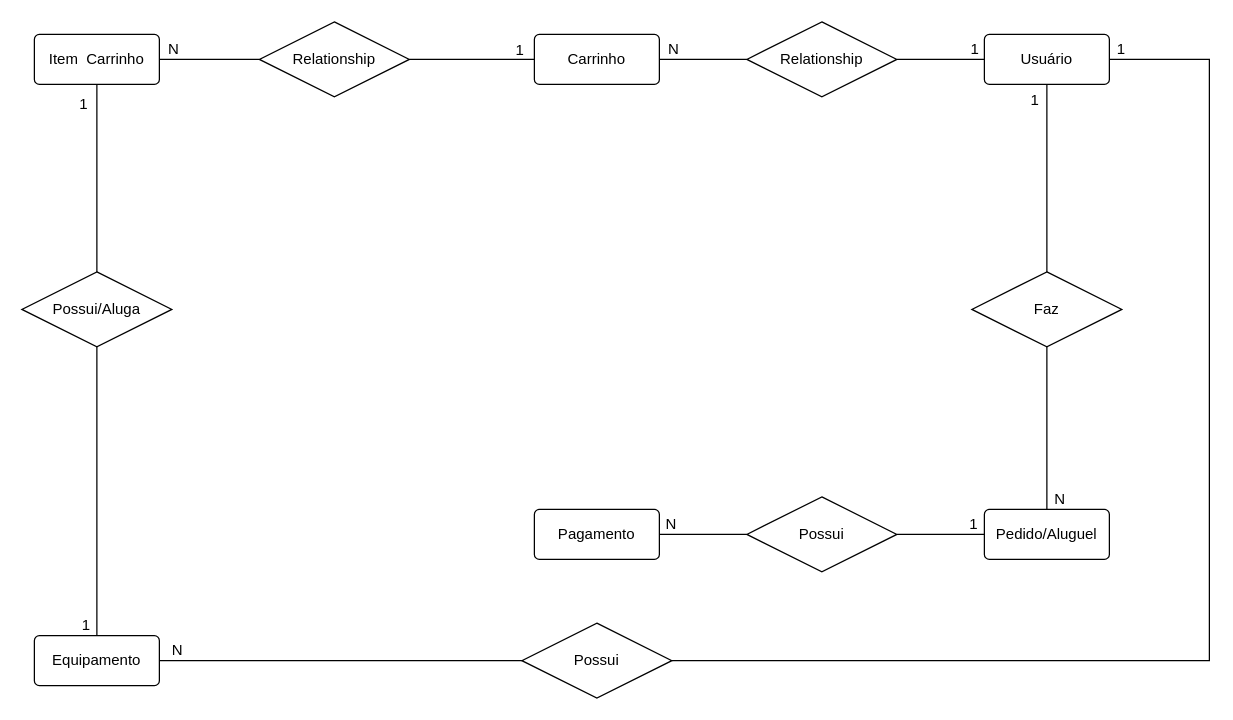
Before: docs/Bancos Relacionais - AlugueAqui/aluguel_equipamentos.drawio in kodkid/AlugueAqui, a draw.io diagram. Source tidied: cells renumbered, new cells numbered last; positions are measured from the earlier drawing's top-left corner, leaving out a move shared by most shapes. Both pictures are drawn from the tidied source at 125%, with x=0, y=0 at pixel (21, 21).
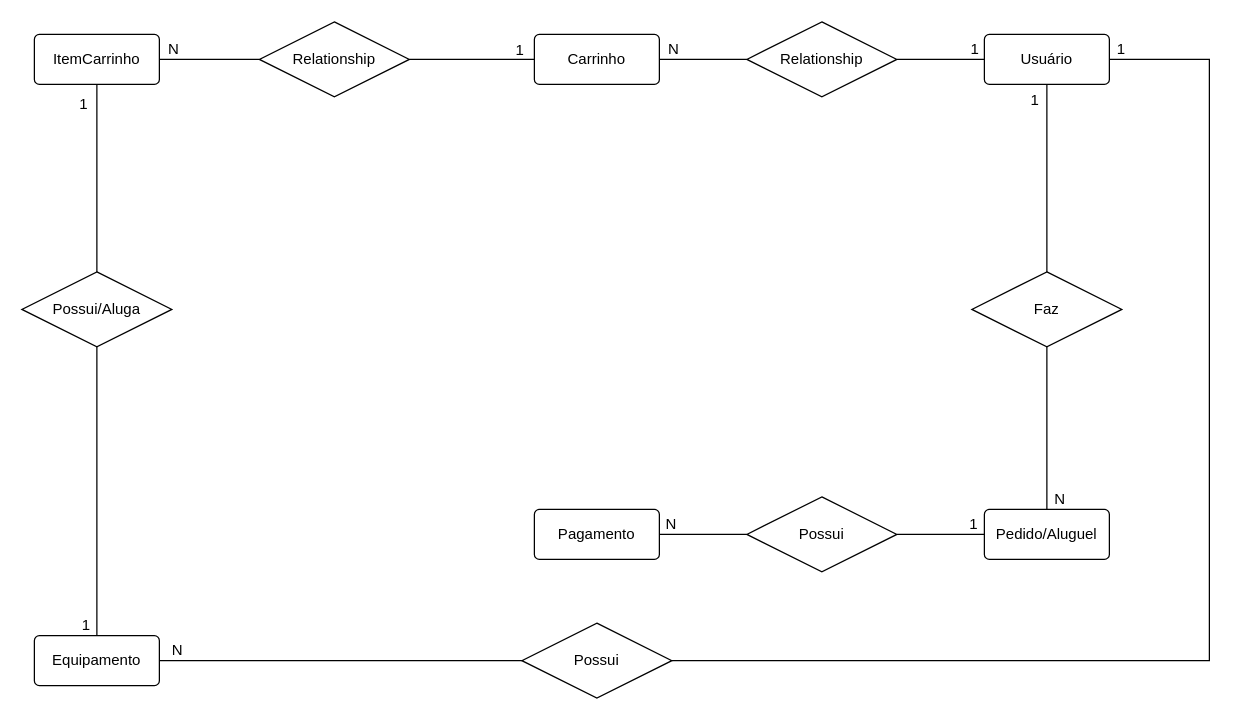
The same page after the edit.

Diff of the diagram source:
```diff
@@
-    <mxCell id="5" value="Item&amp;nbsp; Carrinho" style="rounded=1;arcSize=10;whiteSpace=wrap;html=1;align=center;" parent="1" vertex="1">
+    <mxCell id="5" value="ItemCarrinho" style="rounded=1;arcSize=10;whiteSpace=wrap;html=1;align=center;" parent="1" vertex="1">
       <mxGeometry x="10" y="10" width="100" height="40" as="geometry" />
     </mxCell>
```
